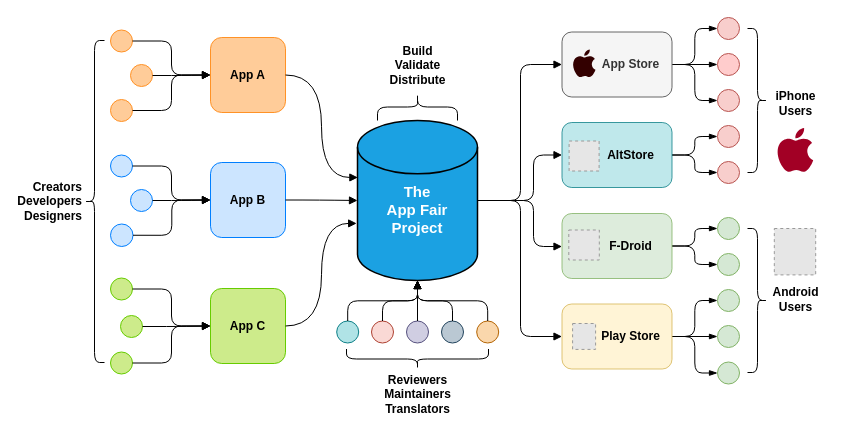
This is page "appfair-project" (1 of 8) of assets/images/appfair-project.drawio from fairapps/fairapps.github.io, a draw.io file, before an edit. Source tidied: cells renumbered, new cells numbered last; positions are measured from the earlier drawing's top-left corner, leaving out a move shared by most shapes. Both pictures are drawn from the tidied source at 100%, with x=0, y=0 at pixel (84, 17). Pictures stored in the file or linked from it are replaced by grey dashed boxes.
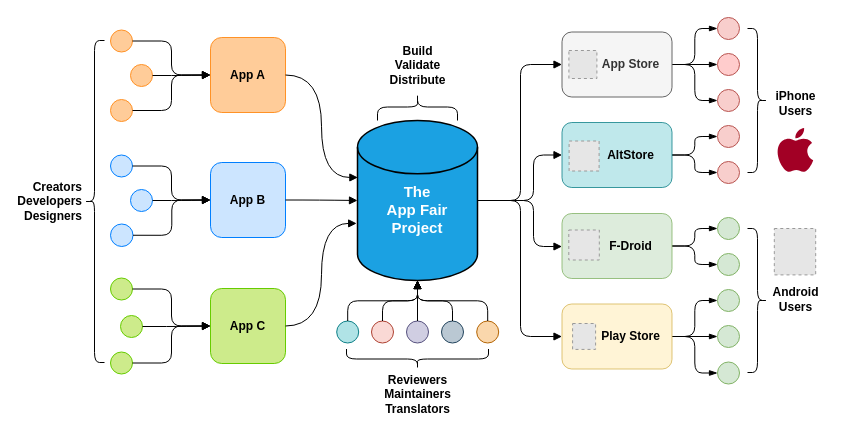
After the change.

The edit, as a diff of the source:
```diff
@@
-    <mxCell id="78" style="dashed=0;html=1;align=center;labelPosition=center;verticalLabelPosition=bottom;verticalAlign=top;shape=mxgraph.weblogos.apple;fillColor=#330000;strokeColor=none;fontColor=#333333;strokeWidth=1;" parent="1" vertex="1">
-      <mxGeometry x="488.1" y="32" width="22.9" height="28" as="geometry" />
-    </mxCell>
@@
+    <mxCell id="80" style="fillColor=#E6E6E6;strokeColor=#999999;dashed=1;verticalLabelPosition=bottom;labelBackgroundColor=default;verticalAlign=top;" parent="1" vertex="1">
+      <mxGeometry x="484.4" y="33" width="28" height="28" as="geometry" />
+    </mxCell>
```
